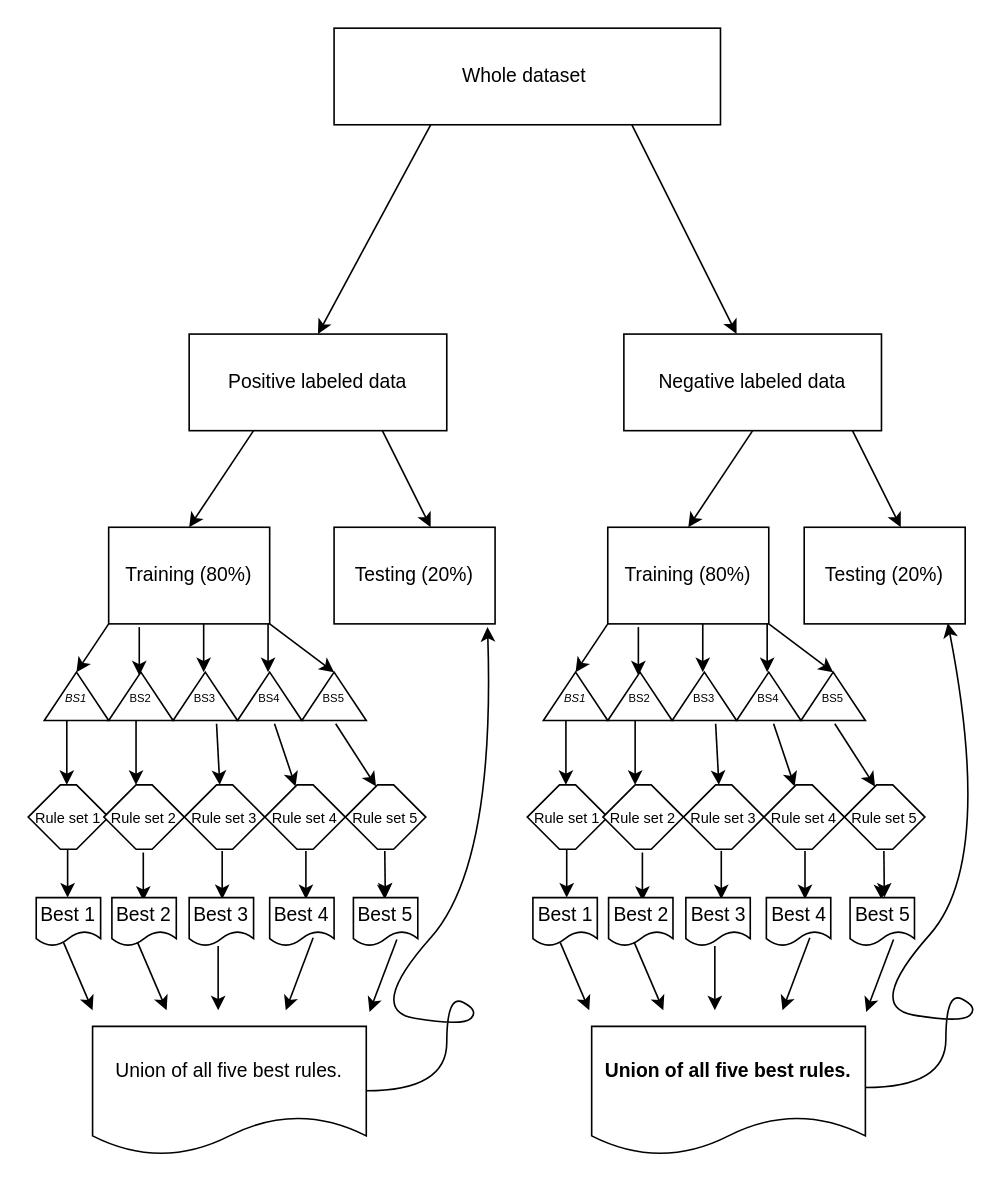
This is Working code/data/Untitled Diagram.drawio from anmolk11/SM-RuleMiner, a draw.io file, before an edit. Source tidied: cells renumbered, new cells numbered last; positions are measured from the earlier drawing's top-left corner, leaving out a move shared by most shapes. Both pictures are drawn from the tidied source at 161%, with x=0, y=0 at pixel (27, 27).
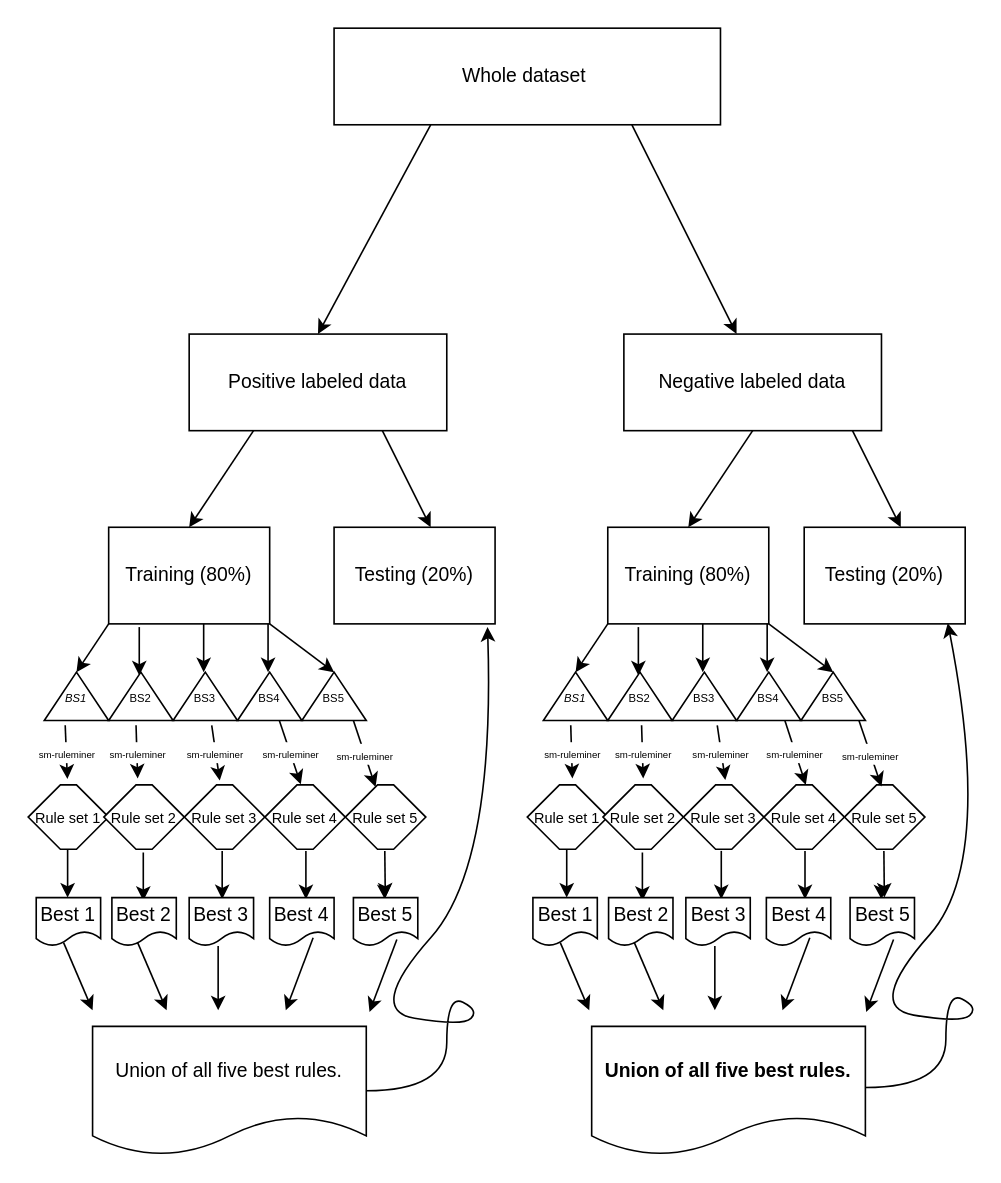
The same page after the edit.

Unchanged cells that the change refers to:
```xml
<mxCell id="16" value="&lt;font style=&quot;font-size: 7px;&quot;&gt;&lt;i&gt;BS1&lt;/i&gt;&lt;/font&gt;" style="shape=trapezoid;perimeter=trapezoidPerimeter;whiteSpace=wrap;html=1;fixedSize=1;" parent="1" vertex="1">
  <mxGeometry x="10" y="400" width="40" height="30" as="geometry" />
</mxCell>
<mxCell id="26" value="&lt;font style=&quot;font-size: 9px;&quot;&gt;Rule set 1&lt;/font&gt;" style="shape=hexagon;perimeter=hexagonPerimeter2;whiteSpace=wrap;html=1;fixedSize=1;" parent="1" vertex="1">
  <mxGeometry y="470" width="50" height="40" as="geometry" />
</mxCell>
<mxCell id="28" value="&lt;font style=&quot;font-size: 9px;&quot;&gt;Rule set 3&lt;/font&gt;" style="shape=hexagon;perimeter=hexagonPerimeter2;whiteSpace=wrap;html=1;fixedSize=1;" parent="1" vertex="1">
  <mxGeometry x="97" y="470" width="50" height="40" as="geometry" />
</mxCell>
<mxCell id="29" value="&lt;font style=&quot;font-size: 9px;&quot;&gt;Rule set 4&lt;/font&gt;" style="shape=hexagon;perimeter=hexagonPerimeter2;whiteSpace=wrap;html=1;fixedSize=1;" parent="1" vertex="1">
  <mxGeometry x="147" y="470" width="50" height="40" as="geometry" />
</mxCell>
<mxCell id="30" value="&lt;font style=&quot;font-size: 9px;&quot;&gt;Rule set 5&lt;/font&gt;" style="shape=hexagon;perimeter=hexagonPerimeter2;whiteSpace=wrap;html=1;fixedSize=1;" parent="1" vertex="1">
  <mxGeometry x="197" y="470" width="50" height="40" as="geometry" />
</mxCell>
<mxCell id="68" value="&lt;font style=&quot;font-size: 9px;&quot;&gt;Rule set 4&lt;/font&gt;" style="shape=hexagon;perimeter=hexagonPerimeter2;whiteSpace=wrap;html=1;fixedSize=1;" parent="1" vertex="1">
  <mxGeometry x="457" y="470" width="50" height="40" as="geometry" />
</mxCell>
```

The edit, as a diff of the source:
```diff
@@
-    <mxCell id="21" style="endArrow=classic;html=1;rounded=0;" parent="1" edge="1">
-      <mxGeometry relative="1" as="geometry">
-        <mxPoint x="24" y="430" as="sourcePoint" />
-        <mxPoint x="24" y="470" as="targetPoint" />
-      </mxGeometry>
-    </mxCell>
-    <mxCell id="22" style="endArrow=classic;html=1;rounded=0;" parent="1" edge="1">
-      <mxGeometry relative="1" as="geometry">
-        <mxPoint x="67" y="430" as="sourcePoint" />
-        <mxPoint x="67" y="470" as="targetPoint" />
-      </mxGeometry>
-    </mxCell>
-    <mxCell id="23" style="endArrow=classic;html=1;rounded=0;" parent="1" edge="1">
-      <mxGeometry relative="1" as="geometry">
-        <mxPoint x="117" y="432" as="sourcePoint" />
-        <mxPoint x="119" y="470" as="targetPoint" />
-      </mxGeometry>
-    </mxCell>
-    <mxCell id="24" style="endArrow=classic;html=1;rounded=0;entryX=0.375;entryY=0;entryDx=0;entryDy=0;" parent="1" edge="1" target="29">
-      <mxGeometry relative="1" as="geometry">
-        <mxPoint x="153" y="432" as="sourcePoint" />
-      </mxGeometry>
-    </mxCell>
-    <mxCell id="25" style="endArrow=classic;html=1;rounded=0;entryX=0.375;entryY=0;entryDx=0;entryDy=0;" parent="1" edge="1" target="30">
-      <mxGeometry relative="1" as="geometry">
-        <mxPoint x="191" y="432" as="sourcePoint" />
-      </mxGeometry>
-    </mxCell>
@@
-    <mxCell id="60" style="endArrow=classic;html=1;rounded=0;" parent="1" edge="1">
-      <mxGeometry relative="1" as="geometry">
-        <mxPoint x="334" y="430" as="sourcePoint" />
-        <mxPoint x="334" y="470" as="targetPoint" />
-      </mxGeometry>
-    </mxCell>
-    <mxCell id="61" style="endArrow=classic;html=1;rounded=0;" parent="1" edge="1">
-      <mxGeometry relative="1" as="geometry">
-        <mxPoint x="377" y="430" as="sourcePoint" />
-        <mxPoint x="377" y="470" as="targetPoint" />
-      </mxGeometry>
-    </mxCell>
-    <mxCell id="62" style="endArrow=classic;html=1;rounded=0;" parent="1" edge="1">
-      <mxGeometry relative="1" as="geometry">
-        <mxPoint x="427" y="432" as="sourcePoint" />
-        <mxPoint x="429" y="470" as="targetPoint" />
-      </mxGeometry>
-    </mxCell>
-    <mxCell id="63" style="endArrow=classic;html=1;rounded=0;entryX=0.375;entryY=0;entryDx=0;entryDy=0;" parent="1" edge="1" target="68">
-      <mxGeometry relative="1" as="geometry">
-        <mxPoint x="463" y="432" as="sourcePoint" />
-      </mxGeometry>
-    </mxCell>
-    <mxCell id="64" style="endArrow=classic;html=1;rounded=0;entryX=0.375;entryY=0;entryDx=0;entryDy=0;" parent="1" edge="1">
-      <mxGeometry relative="1" as="geometry">
-        <mxPoint x="501" y="432" as="sourcePoint" />
-        <mxPoint x="526" y="471" as="targetPoint" />
-      </mxGeometry>
-    </mxCell>
@@
+    <mxCell id="91" value="&lt;font style=&quot;font-size: 6px;&quot;&gt;sm-ruleminer&lt;/font&gt;" style="endArrow=classic;html=1;rounded=0;exitX=0.325;exitY=1.1;exitDx=0;exitDy=0;exitPerimeter=0;entryX=0.487;entryY=-0.092;entryDx=0;entryDy=0;entryPerimeter=0;" parent="1" edge="1" source="16" target="26">
+      <mxGeometry relative="1" as="geometry" />
+    </mxCell>
+    <mxCell id="92" value="&lt;font style=&quot;font-size: 6px;&quot;&gt;sm-ruleminer&lt;/font&gt;" style="endArrow=classic;html=1;rounded=0;exitX=0.325;exitY=1.1;exitDx=0;exitDy=0;exitPerimeter=0;entryX=0.487;entryY=-0.092;entryDx=0;entryDy=0;entryPerimeter=0;" parent="1" edge="1">
+      <mxGeometry relative="1" as="geometry">
+        <mxPoint x="67" y="433" as="sourcePoint" />
+        <mxPoint x="68" y="466" as="targetPoint" />
+      </mxGeometry>
+    </mxCell>
+    <mxCell id="93" value="&lt;font style=&quot;font-size: 6px;&quot;&gt;sm-ruleminer&lt;/font&gt;" style="endArrow=classic;html=1;rounded=0;exitX=0.325;exitY=1.1;exitDx=0;exitDy=0;exitPerimeter=0;entryX=0.44;entryY=-0.067;entryDx=0;entryDy=0;entryPerimeter=0;" parent="1" edge="1" target="28">
+      <mxGeometry relative="1" as="geometry">
+        <mxPoint x="114" y="433" as="sourcePoint" />
+      </mxGeometry>
+    </mxCell>
+    <mxCell id="94" value="&lt;font style=&quot;font-size: 6px;&quot;&gt;sm-ruleminer&lt;/font&gt;" style="endArrow=classic;html=1;rounded=0;exitX=0.325;exitY=1.1;exitDx=0;exitDy=0;exitPerimeter=0;entryX=0.447;entryY=-0.008;entryDx=0;entryDy=0;entryPerimeter=0;" parent="1" edge="1" target="29">
+      <mxGeometry relative="1" as="geometry">
+        <mxPoint x="156" y="430" as="sourcePoint" />
+      </mxGeometry>
+    </mxCell>
+    <mxCell id="95" value="&lt;font style=&quot;font-size: 6px;&quot;&gt;sm-ruleminer&lt;/font&gt;" style="endArrow=classic;html=1;rounded=0;exitX=0.325;exitY=1.1;exitDx=0;exitDy=0;exitPerimeter=0;" parent="1" edge="1" target="30">
+      <mxGeometry relative="1" as="geometry">
+        <mxPoint x="202" y="430" as="sourcePoint" />
+      </mxGeometry>
+    </mxCell>
+    <mxCell id="96" value="&lt;font style=&quot;font-size: 6px;&quot;&gt;sm-ruleminer&lt;/font&gt;" style="endArrow=classic;html=1;rounded=0;exitX=0.325;exitY=1.1;exitDx=0;exitDy=0;exitPerimeter=0;entryX=0.487;entryY=-0.092;entryDx=0;entryDy=0;entryPerimeter=0;" parent="1" edge="1">
+      <mxGeometry relative="1" as="geometry">
+        <mxPoint x="337" y="433" as="sourcePoint" />
+        <mxPoint x="338" y="466" as="targetPoint" />
+      </mxGeometry>
+    </mxCell>
+    <mxCell id="97" value="&lt;font style=&quot;font-size: 6px;&quot;&gt;sm-ruleminer&lt;/font&gt;" style="endArrow=classic;html=1;rounded=0;exitX=0.325;exitY=1.1;exitDx=0;exitDy=0;exitPerimeter=0;entryX=0.487;entryY=-0.092;entryDx=0;entryDy=0;entryPerimeter=0;" parent="1" edge="1">
+      <mxGeometry relative="1" as="geometry">
+        <mxPoint x="381" y="433" as="sourcePoint" />
+        <mxPoint x="382" y="466" as="targetPoint" />
+      </mxGeometry>
+    </mxCell>
+    <mxCell id="98" value="&lt;font style=&quot;font-size: 6px;&quot;&gt;sm-ruleminer&lt;/font&gt;" style="endArrow=classic;html=1;rounded=0;exitX=0.325;exitY=1.1;exitDx=0;exitDy=0;exitPerimeter=0;entryX=0.44;entryY=-0.067;entryDx=0;entryDy=0;entryPerimeter=0;" parent="1" edge="1">
+      <mxGeometry relative="1" as="geometry">
+        <mxPoint x="428" y="433" as="sourcePoint" />
+        <mxPoint x="433" y="467" as="targetPoint" />
+      </mxGeometry>
+    </mxCell>
+    <mxCell id="99" value="&lt;font style=&quot;font-size: 6px;&quot;&gt;sm-ruleminer&lt;/font&gt;" style="endArrow=classic;html=1;rounded=0;exitX=0.325;exitY=1.1;exitDx=0;exitDy=0;exitPerimeter=0;entryX=0.447;entryY=-0.008;entryDx=0;entryDy=0;entryPerimeter=0;" parent="1" edge="1">
+      <mxGeometry relative="1" as="geometry">
+        <mxPoint x="470" y="430" as="sourcePoint" />
+        <mxPoint x="483" y="470" as="targetPoint" />
+      </mxGeometry>
+    </mxCell>
+    <mxCell id="100" value="&lt;font style=&quot;font-size: 6px;&quot;&gt;sm-ruleminer&lt;/font&gt;" style="endArrow=classic;html=1;rounded=0;exitX=0.325;exitY=1.1;exitDx=0;exitDy=0;exitPerimeter=0;" parent="1" edge="1">
+      <mxGeometry relative="1" as="geometry">
+        <mxPoint x="516" y="430" as="sourcePoint" />
+        <mxPoint x="530" y="471" as="targetPoint" />
+      </mxGeometry>
+    </mxCell>
```
